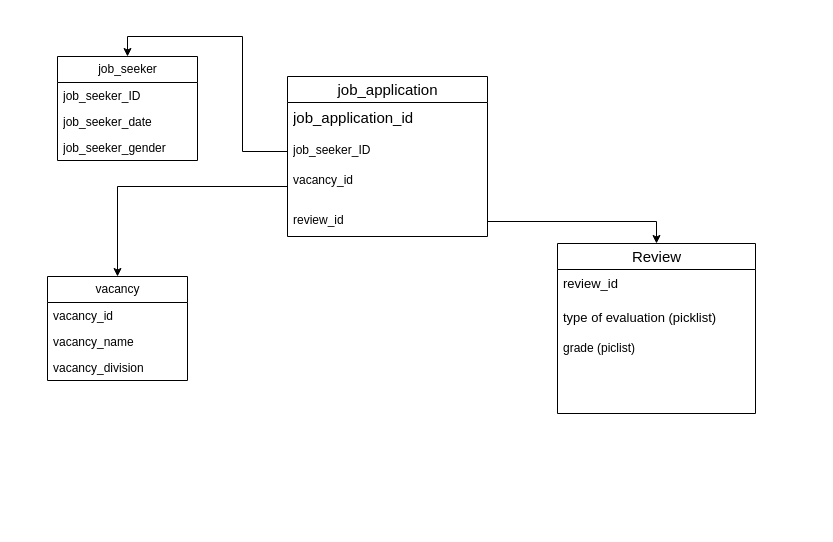
Before: Диаграмма без названия.drawio in stanislav-email/second-project, a draw.io diagram. Source tidied: cells renumbered, new cells numbered last; positions are measured from the earlier drawing's top-left corner, leaving out a move shared by most shapes. Both pictures are drawn from the tidied source at 100%, with x=0, y=0 at pixel (47, 56).
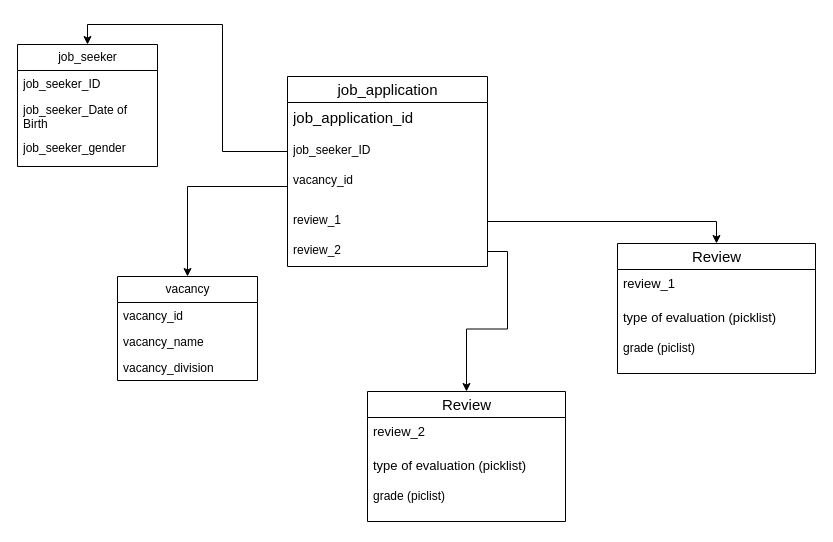
The same page after the edit.

Change to the diagram source:
```diff
@@
     <mxCell id="2" value="&lt;span style=&quot;&quot;&gt;job_seeker&lt;/span&gt;" style="swimlane;fontStyle=0;horizontal=1;startSize=26;fillColor=none;html=1;" parent="1" vertex="1">
-      <mxGeometry x="10" width="140" height="104" as="geometry" />
+      <mxGeometry x="-30" y="-12" width="140" height="122" as="geometry" />
     </mxCell>
@@
-    <mxCell id="4" value="&lt;span style=&quot;text-align: center;&quot;&gt;job_seeker_date&lt;/span&gt;" style="text;strokeColor=none;fillColor=none;align=left;verticalAlign=top;spacingLeft=4;spacingRight=4;overflow=hidden;whiteSpace=wrap;html=1;" parent="2" vertex="1">
-      <mxGeometry y="52" width="140" height="26" as="geometry" />
+    <mxCell id="4" value="&lt;span style=&quot;text-align: center;&quot;&gt;job_seeker_&lt;/span&gt;Date of Birth" style="text;strokeColor=none;fillColor=none;align=left;verticalAlign=top;spacingLeft=4;spacingRight=4;overflow=hidden;whiteSpace=wrap;html=1;" parent="2" vertex="1">
+      <mxGeometry y="52" width="140" height="38" as="geometry" />
     </mxCell>
     <mxCell id="5" value="&lt;span style=&quot;text-align: center;&quot;&gt;job_seeker_&lt;/span&gt;gender" style="text;strokeColor=none;fillColor=none;align=left;verticalAlign=top;spacingLeft=4;spacingRight=4;overflow=hidden;whiteSpace=wrap;html=1;" parent="2" vertex="1">
-      <mxGeometry y="78" width="140" height="26" as="geometry" />
+      <mxGeometry y="90" width="140" height="32" as="geometry" />
     </mxCell>
     <mxCell id="6" value="&lt;span style=&quot;&quot;&gt;vacancy&lt;/span&gt;" style="swimlane;fontStyle=0;horizontal=1;startSize=26;fillColor=none;html=1;" parent="1" vertex="1">
-      <mxGeometry y="220" width="140" height="104" as="geometry" />
+      <mxGeometry x="70" y="220" width="140" height="104" as="geometry" />
     </mxCell>
@@
     <mxCell id="10" value="&lt;span style=&quot;font-size: 15px; text-align: left;&quot;&gt;Review&lt;/span&gt;" style="swimlane;fontStyle=0;horizontal=1;startSize=26;fillColor=none;html=1;" parent="1" vertex="1">
-      <mxGeometry x="510" y="187" width="198" height="170" as="geometry" />
+      <mxGeometry x="570" y="187" width="198" height="130" as="geometry" />
     </mxCell>
-    <mxCell id="11" value="&lt;font style=&quot;font-size: 13px;&quot;&gt;review_id&lt;br&gt;&lt;/font&gt;" style="text;strokeColor=none;fillColor=none;align=left;verticalAlign=top;spacingLeft=4;spacingRight=4;overflow=hidden;whiteSpace=wrap;html=1;" parent="10" vertex="1">
+    <mxCell id="11" value="&lt;font style=&quot;font-size: 13px;&quot;&gt;review_1&lt;br&gt;&lt;/font&gt;" style="text;strokeColor=none;fillColor=none;align=left;verticalAlign=top;spacingLeft=4;spacingRight=4;overflow=hidden;whiteSpace=wrap;html=1;" parent="10" vertex="1">
       <mxGeometry y="26" width="198" height="34" as="geometry" />
     </mxCell>
     <mxCell id="12" value="&lt;span style=&quot;font-size: 13px;&quot;&gt;type of evaluation (picklist)&lt;br&gt;&lt;br&gt;&lt;/span&gt;grade (piclist)&lt;br&gt;&lt;br&gt;" style="text;strokeColor=none;fillColor=none;align=left;verticalAlign=top;spacingLeft=4;spacingRight=4;overflow=hidden;whiteSpace=wrap;html=1;" parent="10" vertex="1">
-      <mxGeometry y="60" width="198" height="110" as="geometry" />
+      <mxGeometry y="60" width="198" height="70" as="geometry" />
     </mxCell>
     <mxCell id="13" value="&lt;div style=&quot;text-align: left;&quot;&gt;&lt;span style=&quot;background-color: initial; font-size: 15px;&quot;&gt;job_application&lt;/span&gt;&lt;/div&gt;" style="swimlane;fontStyle=0;horizontal=1;startSize=26;fillColor=none;html=1;" parent="1" vertex="1">
-      <mxGeometry x="240" y="20" width="200" height="160" as="geometry" />
+      <mxGeometry x="240" y="20" width="200" height="190" as="geometry" />
     </mxCell>
@@
-    <mxCell id="17" value="review_id" style="text;strokeColor=none;fillColor=none;align=left;verticalAlign=top;spacingLeft=4;spacingRight=4;overflow=hidden;points=[[0,0.5],[1,0.5]];portConstraint=eastwest;whiteSpace=wrap;html=1;" parent="13" vertex="1">
+    <mxCell id="17" value="review_1" style="text;strokeColor=none;fillColor=none;align=left;verticalAlign=top;spacingLeft=4;spacingRight=4;overflow=hidden;points=[[0,0.5],[1,0.5]];portConstraint=eastwest;whiteSpace=wrap;html=1;" parent="13" vertex="1">
       <mxGeometry y="130" width="200" height="30" as="geometry" />
     </mxCell>
+    <mxCell id="21" value="review_2" style="text;strokeColor=none;fillColor=none;align=left;verticalAlign=top;spacingLeft=4;spacingRight=4;overflow=hidden;points=[[0,0.5],[1,0.5]];portConstraint=eastwest;whiteSpace=wrap;html=1;" parent="13" vertex="1">
+      <mxGeometry y="160" width="200" height="30" as="geometry" />
+    </mxCell>
@@
+    <mxCell id="22" value="&lt;span style=&quot;font-size: 15px; text-align: left;&quot;&gt;Review&lt;/span&gt;" style="swimlane;fontStyle=0;horizontal=1;startSize=26;fillColor=none;html=1;" parent="1" vertex="1">
+      <mxGeometry x="320" y="335" width="198" height="130" as="geometry" />
+    </mxCell>
+    <mxCell id="23" value="&lt;font style=&quot;font-size: 13px;&quot;&gt;review_2&lt;br&gt;&lt;/font&gt;" style="text;strokeColor=none;fillColor=none;align=left;verticalAlign=top;spacingLeft=4;spacingRight=4;overflow=hidden;whiteSpace=wrap;html=1;" parent="22" vertex="1">
+      <mxGeometry y="26" width="198" height="34" as="geometry" />
+    </mxCell>
+    <mxCell id="24" value="&lt;span style=&quot;font-size: 13px;&quot;&gt;type of evaluation (picklist)&lt;br&gt;&lt;br&gt;&lt;/span&gt;grade (piclist)&lt;br&gt;&lt;br&gt;" style="text;strokeColor=none;fillColor=none;align=left;verticalAlign=top;spacingLeft=4;spacingRight=4;overflow=hidden;whiteSpace=wrap;html=1;" parent="22" vertex="1">
+      <mxGeometry y="60" width="198" height="70" as="geometry" />
+    </mxCell>
+    <mxCell id="25" style="edgeStyle=orthogonalEdgeStyle;rounded=0;jettySize=auto;html=1;entryX=0.5;entryY=0;entryDx=0;entryDy=0;" parent="1" edge="1" source="21" target="22">
+      <mxGeometry relative="1" as="geometry" />
+    </mxCell>
```
